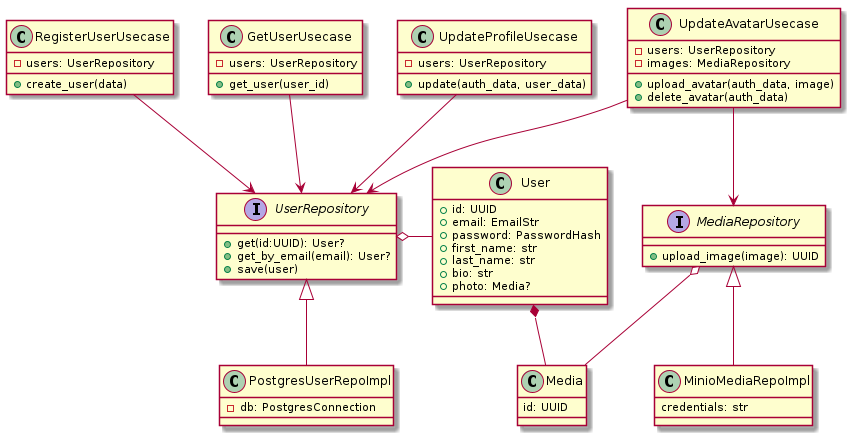
Before: classes.png, a diagram exported from PlantUML (kluchi/diagrams). Source of this version:
```plantuml
@startuml classes

class RegisterUserUsecase {
    - users: UserRepository
    + create_user(data)
}
RegisterUserUsecase --> UserRepository


class GetUserUsecase {
    - users: UserRepository
    + get_user(user_id)
}
GetUserUsecase --> UserRepository

class UpdateProfileUsecase {
    - users: UserRepository
    + update(auth_data, user_data)
}
UpdateProfileUsecase --> UserRepository


class UpdateAvatarUsecase {
    - users: UserRepository
    - images: MediaRepository
    + upload_avatar(auth_data, image)
    + delete_avatar(auth_data)
}
UpdateAvatarUsecase --> UserRepository
UpdateAvatarUsecase --> MediaRepository


class User {
    + id: UUID
    + email: EmailStr
    + password: PasswordHash
    + first_name: str
    + last_name: str
    + bio: str
    + photo: Media?
}

User *-- Media

class Media {
    id: UUID
}

interface UserRepository {
    + get(id:UUID): User?
    + get_by_email(email): User?
    + save(user)
}


UserRepository o-r- User

class PostgresUserRepoImpl {
    - db: PostgresConnection
}

PostgresUserRepoImpl -u-|> UserRepository

interface MediaRepository {
    + upload_image(image): UUID
}

MediaRepository o-- Media

class MinioMediaRepoImpl {
    credentials: str
}

MinioMediaRepoImpl -u-|> MediaRepository


@enduml
```
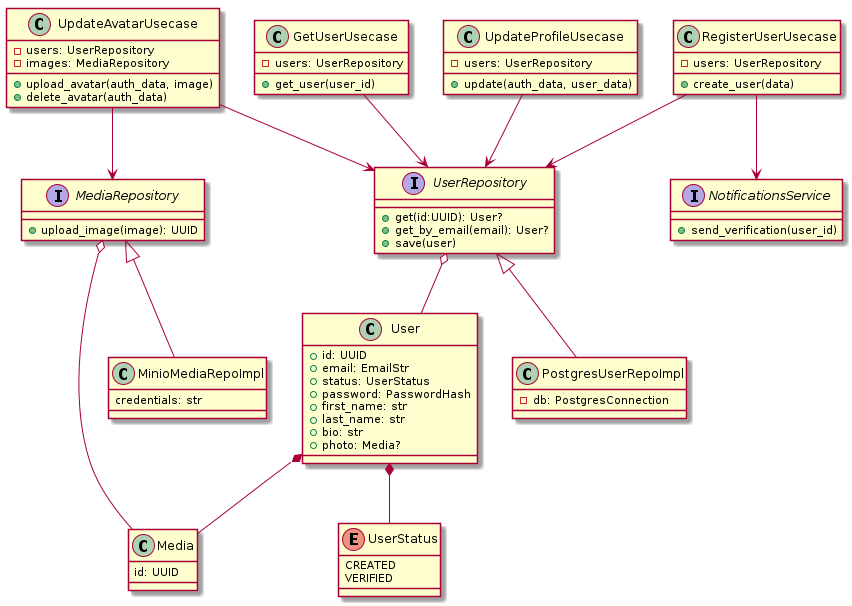
After the commit.

What changed in the source:
```diff
@@ -33,6 +33,7 @@
 class User {
     + id: UUID
     + email: EmailStr
+    + status: UserStatus
     + password: PasswordHash
     + first_name: str
     + last_name: str
@@ -40,7 +41,14 @@
     + photo: Media?
 }
 
+enum UserStatus {
+    CREATED
+    VERIFIED
+}
+
 User *-- Media
+
+User *-- UserStatus
 
 class Media {
     id: UUID
@@ -53,7 +61,7 @@
 }
 
 
-UserRepository o-r- User
+UserRepository o-- User
 
 class PostgresUserRepoImpl {
     - db: PostgresConnection
@@ -73,5 +81,11 @@
 
 MinioMediaRepoImpl -u-|> MediaRepository
 
+RegisterUserUsecase --> NotificationsService
+
+interface NotificationsService {
+    + send_verification(user_id)
+}
+
 
 @enduml
```
